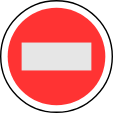
The draw.io diagram assets/img/forbidden.svg in fit-r2lab/r2lab.inria.fr, before a commit. Source tidied: cells renumbered, new cells last; positions are measured from the earlier drawing's top-left corner, leaving out a move shared by most shapes. Its diagram source:
```xml
<mxGraphModel>
  <root>
    <mxCell id="0" />
    <mxCell id="1" parent="0" />
    <mxCell id="2" style="ellipse;whiteSpace=wrap;html=1;" parent="1" vertex="1">
      <mxGeometry width="80" height="80" as="geometry" />
    </mxCell>
    <mxCell id="3" style="ellipse;whiteSpace=wrap;html=1;fillColor=#FF3333;strokeColor=none;" parent="1" vertex="1">
      <mxGeometry x="5" y="5" width="70" height="70" as="geometry" />
    </mxCell>
    <mxCell id="4" style="rounded=0;whiteSpace=wrap;html=1;fillColor=#E6E6E6;strokeColor=none;" parent="1" vertex="1">
      <mxGeometry x="15" y="30" width="50" height="20" as="geometry" />
    </mxCell>
  </root>
</mxGraphModel>
```
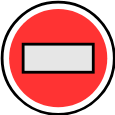
After the commit.

Commit message:
outline the contour of the forbidden shape

The edit, as a diff of the source:
```diff
@@ -2,13 +2,13 @@
   <root>
     <mxCell id="0" />
     <mxCell id="1" parent="0" />
-    <mxCell id="2" style="ellipse;whiteSpace=wrap;html=1;" parent="1" vertex="1">
+    <mxCell id="2" style="ellipse;whiteSpace=wrap;html=1;strokeWidth=2;" parent="1" vertex="1">
       <mxGeometry width="80" height="80" as="geometry" />
     </mxCell>
     <mxCell id="3" style="ellipse;whiteSpace=wrap;html=1;fillColor=#FF3333;strokeColor=none;" parent="1" vertex="1">
       <mxGeometry x="5" y="5" width="70" height="70" as="geometry" />
     </mxCell>
-    <mxCell id="4" style="rounded=0;whiteSpace=wrap;html=1;fillColor=#E6E6E6;strokeColor=none;" parent="1" vertex="1">
+    <mxCell id="4" style="rounded=0;whiteSpace=wrap;html=1;fillColor=#E6E6E6;strokeColor=default;strokeWidth=2;" parent="1" vertex="1">
       <mxGeometry x="15" y="30" width="50" height="20" as="geometry" />
     </mxCell>
   </root>
```
